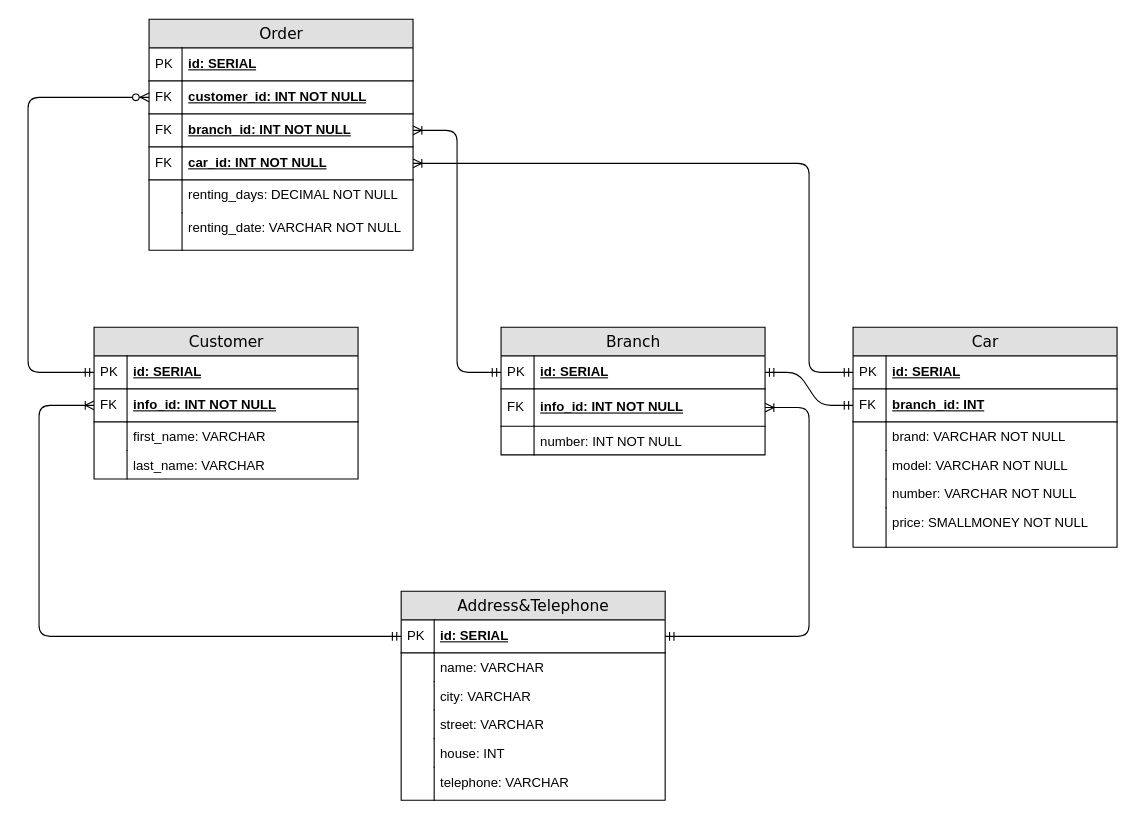
The draw.io diagram databases/car-branches/diagrams/3NF.drawio in banchinche/python-education, before the edit. Source tidied: cells renumbered, new cells numbered last; positions are measured from the earlier drawing's top-left corner, leaving out a move shared by most shapes. Both pictures are drawn from the tidied source at 110%, with x=0, y=0 at pixel (28, 19).
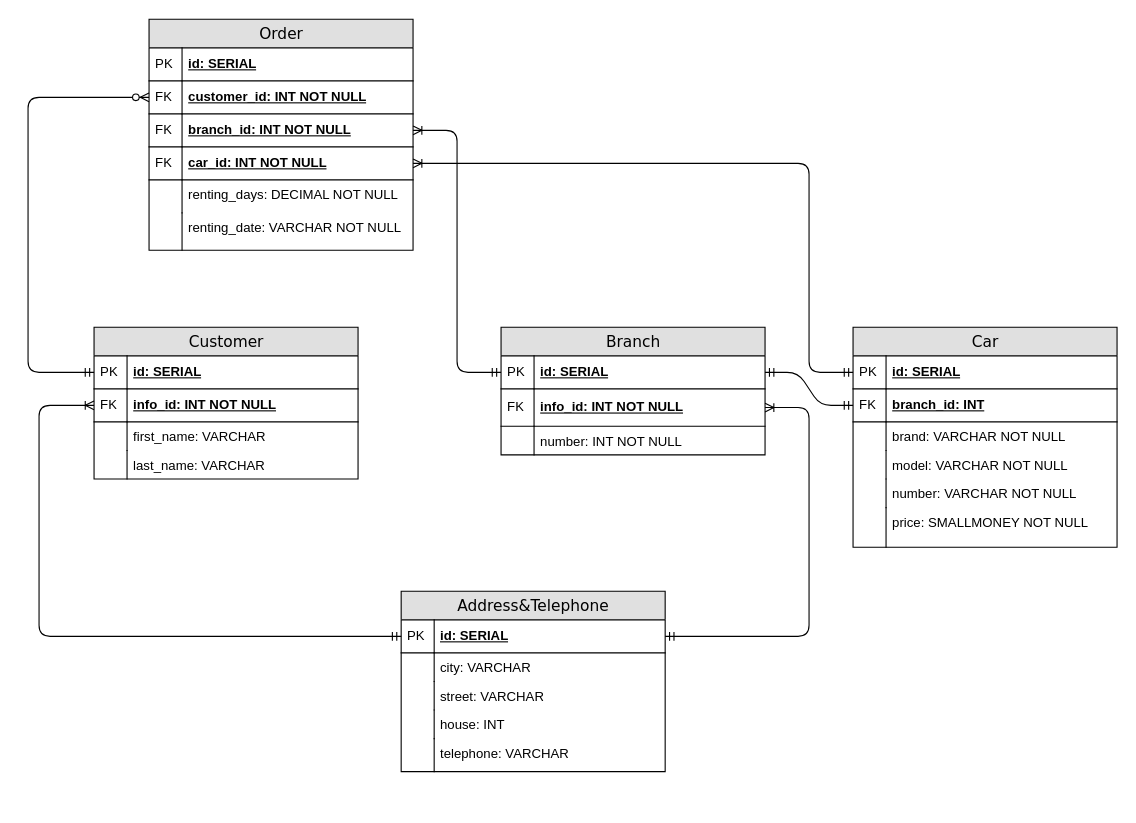
After the change.

Commit message:
Deleted name attribute from addresses&telephone entity

The edit, as a diff of the source:
```diff
@@
     <mxCell id="44" value="Address&amp;amp;Telephone" style="swimlane;html=1;fontStyle=0;horizontal=1;startSize=26;fillColor=#e0e0e0;swimlaneFillColor=#ffffff;align=center;rounded=0;shadow=0;comic=0;labelBackgroundColor=none;strokeWidth=1;fontFamily=Verdana;fontSize=14;swimlaneLine=1;" parent="1" vertex="1">
-      <mxGeometry x="339.2" y="520" width="240" height="190" as="geometry" />
+      <mxGeometry x="339.2" y="520" width="240" height="164" as="geometry" />
     </mxCell>
@@
-    <mxCell id="47" value="name: VARCHAR" style="shape=partialRectangle;top=0;left=0;right=0;bottom=0;html=1;align=left;verticalAlign=top;fillColor=none;spacingLeft=34;spacingRight=4;whiteSpace=wrap;overflow=hidden;" parent="44" vertex="1">
-      <mxGeometry y="56" width="240" height="26" as="geometry" />
-    </mxCell>
-    <mxCell id="48" style="shape=partialRectangle;top=0;left=0;bottom=0;html=1;fillColor=none;align=left;verticalAlign=top;spacingLeft=4;spacingRight=4;whiteSpace=wrap;overflow=hidden;" parent="47" vertex="1">
-      <mxGeometry width="30" height="26" as="geometry" />
-    </mxCell>
     <mxCell id="49" value="city: VARCHAR" style="shape=partialRectangle;top=0;left=0;right=0;bottom=0;html=1;align=left;verticalAlign=top;fillColor=none;spacingLeft=34;spacingRight=4;whiteSpace=wrap;overflow=hidden;" parent="44" vertex="1">
-      <mxGeometry y="82" width="240" height="26" as="geometry" />
+      <mxGeometry y="56" width="240" height="26" as="geometry" />
     </mxCell>
@@
     <mxCell id="51" value="street: VARCHAR" style="shape=partialRectangle;top=0;left=0;right=0;bottom=0;html=1;align=left;verticalAlign=top;fillColor=none;spacingLeft=34;spacingRight=4;whiteSpace=wrap;overflow=hidden;" parent="44" vertex="1">
-      <mxGeometry y="108" width="240" height="26" as="geometry" />
+      <mxGeometry y="82" width="240" height="26" as="geometry" />
     </mxCell>
@@
     <mxCell id="53" value="house: INT" style="shape=partialRectangle;top=0;left=0;right=0;bottom=0;html=1;align=left;verticalAlign=top;fillColor=none;spacingLeft=34;spacingRight=4;whiteSpace=wrap;overflow=hidden;" parent="44" vertex="1">
-      <mxGeometry y="134" width="240" height="26" as="geometry" />
+      <mxGeometry y="108" width="240" height="26" as="geometry" />
     </mxCell>
@@
     <mxCell id="55" value="telephone: VARCHAR" style="shape=partialRectangle;top=0;left=0;right=0;bottom=0;html=1;align=left;verticalAlign=top;fillColor=none;spacingLeft=34;spacingRight=4;whiteSpace=wrap;overflow=hidden;" parent="44" vertex="1">
-      <mxGeometry y="160" width="240" height="30" as="geometry" />
+      <mxGeometry y="134" width="240" height="30" as="geometry" />
     </mxCell>
```
